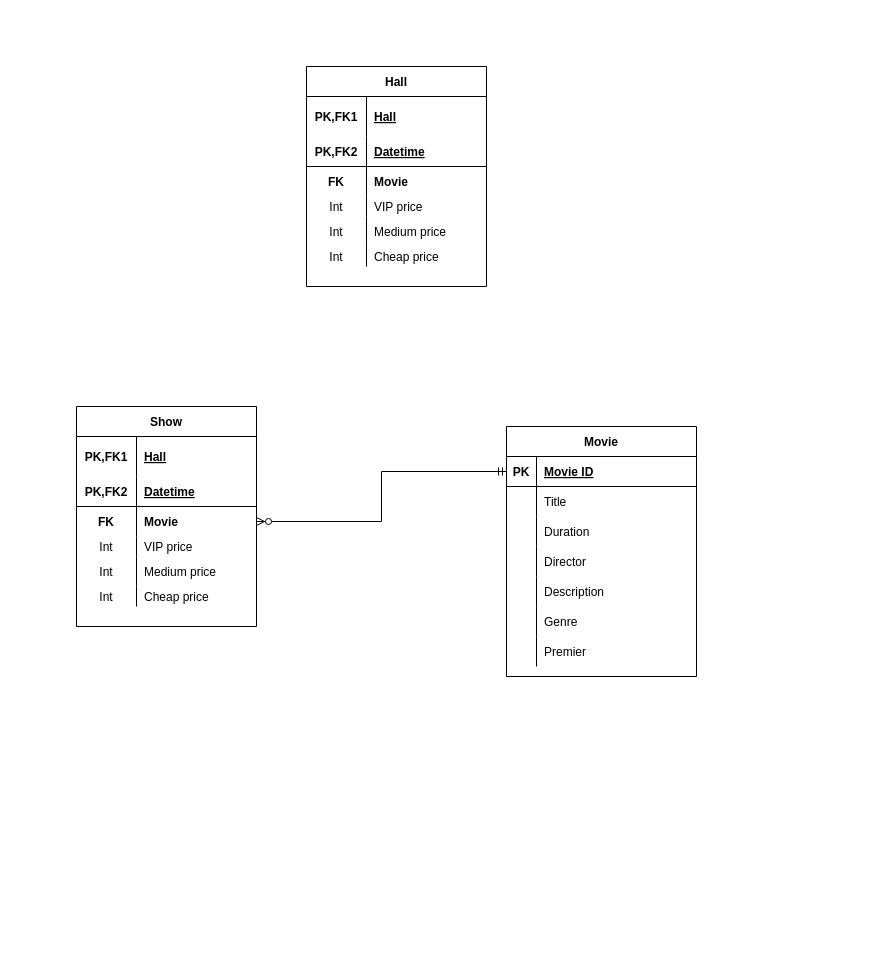
pointuseless/kinocms keeps this draw.io diagram as description/db.drawio. Above is the earlier version. Source tidied: cells renumbered, new cells numbered last; positions are measured from the earlier drawing's top-left corner, leaving out a move shared by most shapes. Both pictures are drawn from the tidied source at 100%, with x=0, y=0 at pixel (76, 66).
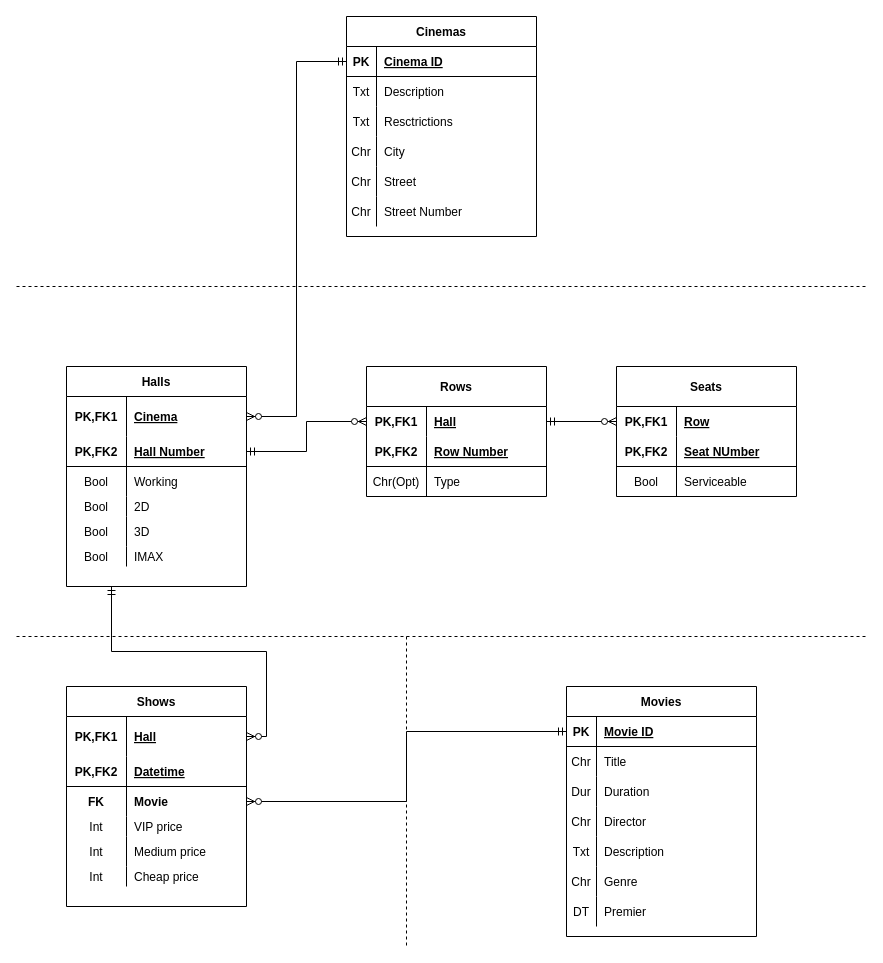
The same page after the edit.

Unchanged cells that the change refers to:
```xml
<mxCell id="3" style="shape=partialRectangle;fillColor=none;top=0;left=0;bottom=0;right=0;points=[[0,0.5],[1,0.5]];portConstraint=eastwest;" parent="2" vertex="1">
  <mxGeometry y="30" width="180" height="40" as="geometry" />
</mxCell>
<mxCell id="22" style="shape=partialRectangle;fillColor=none;top=0;left=0;bottom=0;right=0;points=[[0,0.5],[1,0.5]];portConstraint=eastwest;" parent="21" vertex="1">
  <mxGeometry y="30" width="180" height="40" as="geometry" />
</mxCell>
<mxCell id="25" style="shape=partialRectangle;fillColor=none;top=0;left=0;bottom=1;right=0;points=[[0,0.5],[1,0.5]];portConstraint=eastwest;" parent="21" vertex="1">
  <mxGeometry y="70" width="180" height="30" as="geometry" />
</mxCell>
<mxCell id="31" style="shape=partialRectangle;fillColor=none;top=0;left=0;bottom=0;right=0;" parent="21" vertex="1">
  <mxGeometry y="130" width="180" height="20" as="geometry" />
</mxCell>
<mxCell id="34" style="shape=partialRectangle;fillColor=none;top=0;left=0;bottom=0;right=0;" parent="21" vertex="1">
  <mxGeometry y="150" width="180" height="30" as="geometry" />
</mxCell>
<mxCell id="37" style="shape=partialRectangle;fillColor=none;top=0;left=0;bottom=0;right=0;" parent="21" vertex="1">
  <mxGeometry y="180" width="180" height="20" as="geometry" />
</mxCell>
<mxCell id="44" style="shape=partialRectangle;fillColor=none;top=0;left=0;bottom=0;right=0;" parent="40" vertex="1">
  <mxGeometry y="60" width="190" height="30" as="geometry" />
</mxCell>
<mxCell id="47" style="shape=partialRectangle;fillColor=none;top=0;left=0;bottom=0;right=0;" parent="40" vertex="1">
  <mxGeometry y="90" width="190" height="30" as="geometry" />
</mxCell>
<mxCell id="50" style="shape=partialRectangle;fillColor=none;top=0;left=0;bottom=0;right=0;" parent="40" vertex="1">
  <mxGeometry y="120" width="190" height="30" as="geometry" />
</mxCell>
<mxCell id="53" style="shape=partialRectangle;fillColor=none;top=0;left=0;bottom=0;right=0;" parent="40" vertex="1">
  <mxGeometry y="150" width="190" height="30" as="geometry" />
</mxCell>
<mxCell id="56" style="shape=partialRectangle;fillColor=none;top=0;left=0;bottom=0;right=0;" parent="40" vertex="1">
  <mxGeometry y="180" width="190" height="30" as="geometry" />
</mxCell>
<mxCell id="59" style="shape=partialRectangle;fillColor=none;top=0;left=0;bottom=0;right=0;" parent="40" vertex="1">
  <mxGeometry y="210" width="190" height="30" as="geometry" />
</mxCell>
```

Diff of the diagram source:
```diff
@@
-    <mxCell id="2" value="Show" style="shape=table;startSize=30;childLayout=tableLayout;rowLines=0;fontStyle=1;align=center;columnLines=1;resizeLastRow=0;" parent="1" vertex="1">
-      <mxGeometry y="340" width="180" height="220" as="geometry" />
+    <mxCell id="2" value="Shows" style="shape=table;startSize=30;childLayout=tableLayout;rowLines=0;fontStyle=1;align=center;columnLines=1;resizeLastRow=0;" parent="1" vertex="1">
+      <mxGeometry x="-10" y="620" width="180" height="220" as="geometry" />
     </mxCell>
@@
-    <mxCell id="21" value="Hall" style="shape=table;startSize=30;childLayout=tableLayout;rowLines=0;fontStyle=1;align=center;columnLines=1;resizeLastRow=0;" parent="1" vertex="1">
-      <mxGeometry x="230" width="180" height="220" as="geometry" />
+    <mxCell id="21" value="Halls" style="shape=table;startSize=30;childLayout=tableLayout;rowLines=0;fontStyle=1;align=center;columnLines=1;resizeLastRow=0;" parent="1" vertex="1">
+      <mxGeometry x="-10" y="300" width="180" height="220" as="geometry" />
     </mxCell>
@@
-    <mxCell id="24" value="Hall" style="shape=partialRectangle;fillColor=none;top=0;left=0;bottom=0;right=0;align=left;spacingLeft=6;fontStyle=5;overflow=hidden;" parent="22" vertex="1">
+    <mxCell id="24" value="Cinema" style="shape=partialRectangle;fillColor=none;top=0;left=0;bottom=0;right=0;align=left;spacingLeft=6;fontStyle=5;overflow=hidden;" parent="22" vertex="1">
       <mxGeometry x="60" width="120" height="40" as="geometry" />
     </mxCell>
@@
-    <mxCell id="27" value="Datetime" style="shape=partialRectangle;fillColor=none;top=0;left=0;bottom=0;right=0;align=left;spacingLeft=6;fontStyle=5;overflow=hidden;" parent="25" vertex="1">
+    <mxCell id="27" value="Hall Number" style="shape=partialRectangle;fillColor=none;top=0;left=0;bottom=0;right=0;align=left;spacingLeft=6;fontStyle=5;overflow=hidden;" parent="25" vertex="1">
       <mxGeometry x="60" width="120" height="30" as="geometry" />
     </mxCell>
-    <mxCell id="28" style="shape=partialRectangle;fillColor=none;top=0;left=0;bottom=0;right=0;" parent="21" vertex="1">
+    <mxCell id="28" style="shape=partialRectangle;fillColor=none;top=0;left=0;bottom=0;right=0;fontStyle=0;" parent="21" vertex="1">
       <mxGeometry y="100" width="180" height="30" as="geometry" />
     </mxCell>
-    <mxCell id="29" value="FK" style="shape=partialRectangle;fillColor=none;top=0;left=0;bottom=0;right=0;overflow=hidden;fontStyle=1;" parent="28" vertex="1">
+    <mxCell id="29" value="Bool" style="shape=partialRectangle;fillColor=none;top=0;left=0;bottom=0;right=0;overflow=hidden;fontStyle=0;" parent="28" vertex="1">
       <mxGeometry width="60" height="30" as="geometry" />
     </mxCell>
-    <mxCell id="30" value="Movie" style="shape=partialRectangle;fillColor=none;top=0;left=0;bottom=0;right=0;align=left;spacingLeft=6;overflow=hidden;fontStyle=1;" parent="28" vertex="1">
+    <mxCell id="30" value="Working" style="shape=partialRectangle;fillColor=none;top=0;left=0;bottom=0;right=0;align=left;spacingLeft=6;overflow=hidden;fontStyle=0;" parent="28" vertex="1">
       <mxGeometry x="60" width="120" height="30" as="geometry" />
     </mxCell>
@@
-    <mxCell id="32" value="Int" style="shape=partialRectangle;fillColor=none;top=0;left=0;bottom=0;right=0;overflow=hidden;" parent="31" vertex="1">
+    <mxCell id="32" value="Bool" style="shape=partialRectangle;fillColor=none;top=0;left=0;bottom=0;right=0;overflow=hidden;" parent="31" vertex="1">
       <mxGeometry width="60" height="20" as="geometry" />
     </mxCell>
-    <mxCell id="33" value="VIP price" style="shape=partialRectangle;fillColor=none;top=0;left=0;bottom=0;right=0;align=left;spacingLeft=6;overflow=hidden;" parent="31" vertex="1">
+    <mxCell id="33" value="2D" style="shape=partialRectangle;fillColor=none;top=0;left=0;bottom=0;right=0;align=left;spacingLeft=6;overflow=hidden;" parent="31" vertex="1">
       <mxGeometry x="60" width="120" height="20" as="geometry" />
     </mxCell>
@@
-    <mxCell id="35" value="Int" style="shape=partialRectangle;fillColor=none;top=0;left=0;bottom=0;right=0;overflow=hidden;" parent="34" vertex="1">
+    <mxCell id="35" value="Bool" style="shape=partialRectangle;fillColor=none;top=0;left=0;bottom=0;right=0;overflow=hidden;" parent="34" vertex="1">
       <mxGeometry width="60" height="30" as="geometry" />
     </mxCell>
-    <mxCell id="36" value="Medium price" style="shape=partialRectangle;fillColor=none;top=0;left=0;bottom=0;right=0;align=left;spacingLeft=6;overflow=hidden;" parent="34" vertex="1">
+    <mxCell id="36" value="3D" style="shape=partialRectangle;fillColor=none;top=0;left=0;bottom=0;right=0;align=left;spacingLeft=6;overflow=hidden;" parent="34" vertex="1">
       <mxGeometry x="60" width="120" height="30" as="geometry" />
     </mxCell>
@@
-    <mxCell id="38" value="Int" style="shape=partialRectangle;fillColor=none;top=0;left=0;bottom=0;right=0;overflow=hidden;" parent="37" vertex="1">
+    <mxCell id="38" value="Bool" style="shape=partialRectangle;fillColor=none;top=0;left=0;bottom=0;right=0;overflow=hidden;" parent="37" vertex="1">
       <mxGeometry width="60" height="20" as="geometry" />
     </mxCell>
-    <mxCell id="39" value="Cheap price" style="shape=partialRectangle;fillColor=none;top=0;left=0;bottom=0;right=0;align=left;spacingLeft=6;overflow=hidden;" parent="37" vertex="1">
+    <mxCell id="39" value="IMAX" style="shape=partialRectangle;fillColor=none;top=0;left=0;bottom=0;right=0;align=left;spacingLeft=6;overflow=hidden;" parent="37" vertex="1">
       <mxGeometry x="60" width="120" height="20" as="geometry" />
     </mxCell>
-    <mxCell id="40" value="Movie" style="shape=table;startSize=30;childLayout=tableLayout;rowLines=0;fontStyle=1;align=center;" parent="1" vertex="1">
-      <mxGeometry x="430" y="360" width="190" height="250" as="geometry" />
+    <mxCell id="40" value="Movies" style="shape=table;startSize=30;childLayout=tableLayout;rowLines=0;fontStyle=1;align=center;" parent="1" vertex="1">
+      <mxGeometry x="490" y="620" width="190" height="250" as="geometry" />
     </mxCell>
@@
-    <mxCell id="45" style="shape=partialRectangle;fillColor=none;top=0;left=0;bottom=0;right=0;overflow=hidden;" parent="44" vertex="1">
+    <mxCell id="45" value="Chr" style="shape=partialRectangle;fillColor=none;top=0;left=0;bottom=0;right=0;overflow=hidden;" parent="44" vertex="1">
       <mxGeometry width="30" height="30" as="geometry" />
     </mxCell>
@@
-    <mxCell id="48" style="shape=partialRectangle;fillColor=none;top=0;left=0;bottom=0;right=0;overflow=hidden;" parent="47" vertex="1">
+    <mxCell id="48" value="Dur" style="shape=partialRectangle;fillColor=none;top=0;left=0;bottom=0;right=0;overflow=hidden;" parent="47" vertex="1">
       <mxGeometry width="30" height="30" as="geometry" />
     </mxCell>
@@
-    <mxCell id="51" style="shape=partialRectangle;fillColor=none;top=0;left=0;bottom=0;right=0;overflow=hidden;" parent="50" vertex="1">
+    <mxCell id="51" value="Chr" style="shape=partialRectangle;fillColor=none;top=0;left=0;bottom=0;right=0;overflow=hidden;" parent="50" vertex="1">
       <mxGeometry width="30" height="30" as="geometry" />
     </mxCell>
@@
-    <mxCell id="54" style="shape=partialRectangle;fillColor=none;top=0;left=0;bottom=0;right=0;overflow=hidden;" parent="53" vertex="1">
+    <mxCell id="54" value="Txt" style="shape=partialRectangle;fillColor=none;top=0;left=0;bottom=0;right=0;overflow=hidden;" parent="53" vertex="1">
       <mxGeometry width="30" height="30" as="geometry" />
     </mxCell>
@@
-    <mxCell id="57" style="shape=partialRectangle;fillColor=none;top=0;left=0;bottom=0;right=0;overflow=hidden;" parent="56" vertex="1">
+    <mxCell id="57" value="Chr" style="shape=partialRectangle;fillColor=none;top=0;left=0;bottom=0;right=0;overflow=hidden;" parent="56" vertex="1">
       <mxGeometry width="30" height="30" as="geometry" />
     </mxCell>
@@
-    <mxCell id="60" style="shape=partialRectangle;fillColor=none;top=0;left=0;bottom=0;right=0;overflow=hidden;" parent="59" vertex="1">
+    <mxCell id="60" value="DT" style="shape=partialRectangle;fillColor=none;top=0;left=0;bottom=0;right=0;overflow=hidden;" parent="59" vertex="1">
       <mxGeometry width="30" height="30" as="geometry" />
     </mxCell>
@@
+    <mxCell id="63" style="edgeStyle=orthogonalEdgeStyle;rounded=0;jettySize=auto;html=1;exitX=1;exitY=0.5;exitDx=0;exitDy=0;entryX=0.25;entryY=1;entryDx=0;entryDy=0;startArrow=ERzeroToMany;startFill=1;endArrow=ERmandOne;endFill=0;" parent="1" edge="1" source="3" target="21">
+      <mxGeometry relative="1" as="geometry" />
+    </mxCell>
+    <mxCell id="64" value="Rows" style="shape=table;startSize=40;childLayout=tableLayout;rowLines=0;fontStyle=1;align=center;" parent="1" vertex="1">
+      <mxGeometry x="290" y="300" width="180" height="130" as="geometry" />
+    </mxCell>
+    <mxCell id="65" style="shape=partialRectangle;fillColor=none;top=0;left=0;bottom=0;right=0;points=[[0,0.5],[1,0.5]];portConstraint=eastwest;" parent="64" vertex="1">
+      <mxGeometry y="40" width="180" height="30" as="geometry" />
+    </mxCell>
+    <mxCell id="66" value="PK,FK1" style="shape=partialRectangle;fillColor=none;top=0;left=0;bottom=0;right=0;fontStyle=1;overflow=hidden;" parent="65" vertex="1">
+      <mxGeometry width="60" height="30" as="geometry" />
+    </mxCell>
+    <mxCell id="67" value="Hall" style="shape=partialRectangle;fillColor=none;top=0;left=0;bottom=0;right=0;align=left;spacingLeft=6;fontStyle=5;overflow=hidden;" parent="65" vertex="1">
+      <mxGeometry x="60" width="120" height="30" as="geometry" />
+    </mxCell>
+    <mxCell id="68" style="shape=partialRectangle;fillColor=none;top=0;left=0;bottom=1;right=0;" parent="64" vertex="1">
+      <mxGeometry y="70" width="180" height="30" as="geometry" />
+    </mxCell>
+    <mxCell id="69" value="PK,FK2" style="shape=partialRectangle;fillColor=none;top=0;left=0;bottom=0;right=0;fontStyle=1;overflow=hidden;" parent="68" vertex="1">
+      <mxGeometry width="60" height="30" as="geometry" />
+    </mxCell>
+    <mxCell id="70" value="Row Number" style="shape=partialRectangle;fillColor=none;top=0;left=0;bottom=0;right=0;align=left;spacingLeft=6;fontStyle=5;overflow=hidden;" parent="68" vertex="1">
+      <mxGeometry x="60" width="120" height="30" as="geometry" />
+    </mxCell>
+    <mxCell id="71" style="shape=partialRectangle;fillColor=none;top=0;left=0;bottom=0;right=0;" parent="64" vertex="1">
+      <mxGeometry y="100" width="180" height="30" as="geometry" />
+    </mxCell>
+    <mxCell id="72" value="Chr(Opt)" style="shape=partialRectangle;fillColor=none;top=0;left=0;bottom=0;right=0;overflow=hidden;" parent="71" vertex="1">
+      <mxGeometry width="60" height="30" as="geometry" />
+    </mxCell>
+    <mxCell id="73" value="Type" style="shape=partialRectangle;fillColor=none;top=0;left=0;bottom=0;right=0;align=left;spacingLeft=6;overflow=hidden;" parent="71" vertex="1">
+      <mxGeometry x="60" width="120" height="30" as="geometry" />
+    </mxCell>
+    <mxCell id="74" style="edgeStyle=orthogonalEdgeStyle;rounded=0;jettySize=auto;html=1;exitX=0;exitY=0.5;exitDx=0;exitDy=0;startArrow=ERzeroToMany;startFill=1;endArrow=ERmandOne;endFill=0;entryX=1;entryY=0.5;entryDx=0;entryDy=0;" parent="1" edge="1" source="65" target="25">
+      <mxGeometry relative="1" as="geometry" />
+    </mxCell>
+    <mxCell id="75" value="Seats" style="shape=table;startSize=40;childLayout=tableLayout;rowLines=0;fontStyle=1;align=center;" parent="1" vertex="1">
+      <mxGeometry x="540" y="300" width="180" height="130" as="geometry" />
+    </mxCell>
+    <mxCell id="76" style="shape=partialRectangle;fillColor=none;top=0;left=0;bottom=0;right=0;points=[[0,0.5],[1,0.5]];portConstraint=eastwest;" parent="75" vertex="1">
+      <mxGeometry y="40" width="180" height="30" as="geometry" />
+    </mxCell>
+    <mxCell id="77" value="PK,FK1" style="shape=partialRectangle;fillColor=none;top=0;left=0;bottom=0;right=0;fontStyle=1;overflow=hidden;" parent="76" vertex="1">
+      <mxGeometry width="60" height="30" as="geometry" />
+    </mxCell>
+    <mxCell id="78" value="Row" style="shape=partialRectangle;fillColor=none;top=0;left=0;bottom=0;right=0;align=left;spacingLeft=6;fontStyle=5;overflow=hidden;" parent="76" vertex="1">
+      <mxGeometry x="60" width="120" height="30" as="geometry" />
+    </mxCell>
+    <mxCell id="79" style="shape=partialRectangle;fillColor=none;top=0;left=0;bottom=1;right=0;" parent="75" vertex="1">
+      <mxGeometry y="70" width="180" height="30" as="geometry" />
+    </mxCell>
+    <mxCell id="80" value="PK,FK2" style="shape=partialRectangle;fillColor=none;top=0;left=0;bottom=0;right=0;fontStyle=1;overflow=hidden;" parent="79" vertex="1">
+      <mxGeometry width="60" height="30" as="geometry" />
+    </mxCell>
+    <mxCell id="81" value="Seat NUmber" style="shape=partialRectangle;fillColor=none;top=0;left=0;bottom=0;right=0;align=left;spacingLeft=6;fontStyle=5;overflow=hidden;" parent="79" vertex="1">
+      <mxGeometry x="60" width="120" height="30" as="geometry" />
+    </mxCell>
+    <mxCell id="82" style="shape=partialRectangle;fillColor=none;top=0;left=0;bottom=0;right=0;" parent="75" vertex="1">
+      <mxGeometry y="100" width="180" height="30" as="geometry" />
+    </mxCell>
+    <mxCell id="83" value="Bool" style="shape=partialRectangle;fillColor=none;top=0;left=0;bottom=0;right=0;overflow=hidden;" parent="82" vertex="1">
+      <mxGeometry width="60" height="30" as="geometry" />
+    </mxCell>
+    <mxCell id="84" value="Serviceable" style="shape=partialRectangle;fillColor=none;top=0;left=0;bottom=0;right=0;align=left;spacingLeft=6;overflow=hidden;" parent="82" vertex="1">
+      <mxGeometry x="60" width="120" height="30" as="geometry" />
+    </mxCell>
+    <mxCell id="85" style="edgeStyle=orthogonalEdgeStyle;rounded=0;jettySize=auto;html=1;exitX=0;exitY=0.5;exitDx=0;exitDy=0;entryX=1;entryY=0.5;entryDx=0;entryDy=0;startArrow=ERzeroToMany;startFill=1;endArrow=ERmandOne;endFill=0;" parent="1" edge="1" source="76" target="65">
+      <mxGeometry relative="1" as="geometry" />
+    </mxCell>
+    <mxCell id="86" value="Cinemas" style="shape=table;startSize=30;childLayout=tableLayout;rowLines=0;fontStyle=1;align=center;" parent="1" vertex="1">
+      <mxGeometry x="270" y="-50" width="190" height="220" as="geometry" />
+    </mxCell>
+    <mxCell id="87" style="shape=partialRectangle;fillColor=none;top=0;left=0;bottom=1;right=0;points=[[0,0.5],[1,0.5]];portConstraint=eastwest;" parent="86" vertex="1">
+      <mxGeometry y="30" width="190" height="30" as="geometry" />
+    </mxCell>
+    <mxCell id="88" value="PK" style="shape=partialRectangle;fillColor=none;top=0;left=0;bottom=0;right=0;fontStyle=1;overflow=hidden;" parent="87" vertex="1">
+      <mxGeometry width="30" height="30" as="geometry" />
+    </mxCell>
+    <mxCell id="89" value="Cinema ID" style="shape=partialRectangle;fillColor=none;top=0;left=0;bottom=0;right=0;align=left;spacingLeft=6;fontStyle=5;overflow=hidden;" parent="87" vertex="1">
+      <mxGeometry x="30" width="160" height="30" as="geometry" />
+    </mxCell>
+    <mxCell id="90" style="shape=partialRectangle;fillColor=none;top=0;left=0;bottom=0;right=0;" parent="86" vertex="1">
+      <mxGeometry y="60" width="190" height="30" as="geometry" />
+    </mxCell>
+    <mxCell id="91" value="Txt" style="shape=partialRectangle;fillColor=none;top=0;left=0;bottom=0;right=0;overflow=hidden;" parent="90" vertex="1">
+      <mxGeometry width="30" height="30" as="geometry" />
+    </mxCell>
+    <mxCell id="92" value="Description" style="shape=partialRectangle;fillColor=none;top=0;left=0;bottom=0;right=0;align=left;spacingLeft=6;overflow=hidden;" parent="90" vertex="1">
+      <mxGeometry x="30" width="160" height="30" as="geometry" />
+    </mxCell>
+    <mxCell id="93" style="shape=partialRectangle;fillColor=none;top=0;left=0;bottom=0;right=0;" parent="86" vertex="1">
+      <mxGeometry y="90" width="190" height="30" as="geometry" />
+    </mxCell>
+    <mxCell id="94" value="Txt" style="shape=partialRectangle;fillColor=none;top=0;left=0;bottom=0;right=0;overflow=hidden;" parent="93" vertex="1">
+      <mxGeometry width="30" height="30" as="geometry" />
+    </mxCell>
+    <mxCell id="95" value="Resctrictions" style="shape=partialRectangle;fillColor=none;top=0;left=0;bottom=0;right=0;align=left;spacingLeft=6;overflow=hidden;" parent="93" vertex="1">
+      <mxGeometry x="30" width="160" height="30" as="geometry" />
+    </mxCell>
+    <mxCell id="96" style="shape=partialRectangle;fillColor=none;top=0;left=0;bottom=0;right=0;" parent="86" vertex="1">
+      <mxGeometry y="120" width="190" height="30" as="geometry" />
+    </mxCell>
+    <mxCell id="97" value="Chr" style="shape=partialRectangle;fillColor=none;top=0;left=0;bottom=0;right=0;overflow=hidden;" parent="96" vertex="1">
+      <mxGeometry width="30" height="30" as="geometry" />
+    </mxCell>
+    <mxCell id="98" value="City" style="shape=partialRectangle;fillColor=none;top=0;left=0;bottom=0;right=0;align=left;spacingLeft=6;overflow=hidden;" parent="96" vertex="1">
+      <mxGeometry x="30" width="160" height="30" as="geometry" />
+    </mxCell>
+    <mxCell id="99" style="shape=partialRectangle;fillColor=none;top=0;left=0;bottom=0;right=0;" parent="86" vertex="1">
+      <mxGeometry y="150" width="190" height="30" as="geometry" />
+    </mxCell>
+    <mxCell id="100" value="Chr" style="shape=partialRectangle;fillColor=none;top=0;left=0;bottom=0;right=0;overflow=hidden;" parent="99" vertex="1">
+      <mxGeometry width="30" height="30" as="geometry" />
+    </mxCell>
+    <mxCell id="101" value="Street" style="shape=partialRectangle;fillColor=none;top=0;left=0;bottom=0;right=0;align=left;spacingLeft=6;overflow=hidden;" parent="99" vertex="1">
+      <mxGeometry x="30" width="160" height="30" as="geometry" />
+    </mxCell>
+    <mxCell id="102" style="shape=partialRectangle;fillColor=none;top=0;left=0;bottom=0;right=0;" parent="86" vertex="1">
+      <mxGeometry y="180" width="190" height="30" as="geometry" />
+    </mxCell>
+    <mxCell id="103" value="Chr" style="shape=partialRectangle;fillColor=none;top=0;left=0;bottom=0;right=0;overflow=hidden;" parent="102" vertex="1">
+      <mxGeometry width="30" height="30" as="geometry" />
+    </mxCell>
+    <mxCell id="104" value="Street Number" style="shape=partialRectangle;fillColor=none;top=0;left=0;bottom=0;right=0;align=left;spacingLeft=6;overflow=hidden;" parent="102" vertex="1">
+      <mxGeometry x="30" width="160" height="30" as="geometry" />
+    </mxCell>
+    <mxCell id="105" style="edgeStyle=orthogonalEdgeStyle;rounded=0;jettySize=auto;html=1;exitX=1;exitY=0.5;exitDx=0;exitDy=0;entryX=0;entryY=0.5;entryDx=0;entryDy=0;startArrow=ERzeroToMany;startFill=1;endArrow=ERmandOne;endFill=0;" parent="1" edge="1" source="22" target="87">
+      <mxGeometry relative="1" as="geometry" />
+    </mxCell>
+    <mxCell id="106" style="endArrow=none;dashed=1;html=1;" parent="1" edge="1">
+      <mxGeometry relative="1" as="geometry">
+        <mxPoint x="-60" y="220" as="sourcePoint" />
+        <mxPoint x="790" y="220" as="targetPoint" />
+      </mxGeometry>
+    </mxCell>
+    <mxCell id="107" style="endArrow=none;dashed=1;html=1;" parent="1" edge="1">
+      <mxGeometry relative="1" as="geometry">
+        <mxPoint x="-60" y="570" as="sourcePoint" />
+        <mxPoint x="790" y="570" as="targetPoint" />
+      </mxGeometry>
+    </mxCell>
+    <mxCell id="108" style="endArrow=none;dashed=1;html=1;" parent="1" edge="1">
+      <mxGeometry relative="1" as="geometry">
+        <mxPoint x="330" y="570" as="sourcePoint" />
+        <mxPoint x="330" y="880" as="targetPoint" />
+      </mxGeometry>
+    </mxCell>
```
